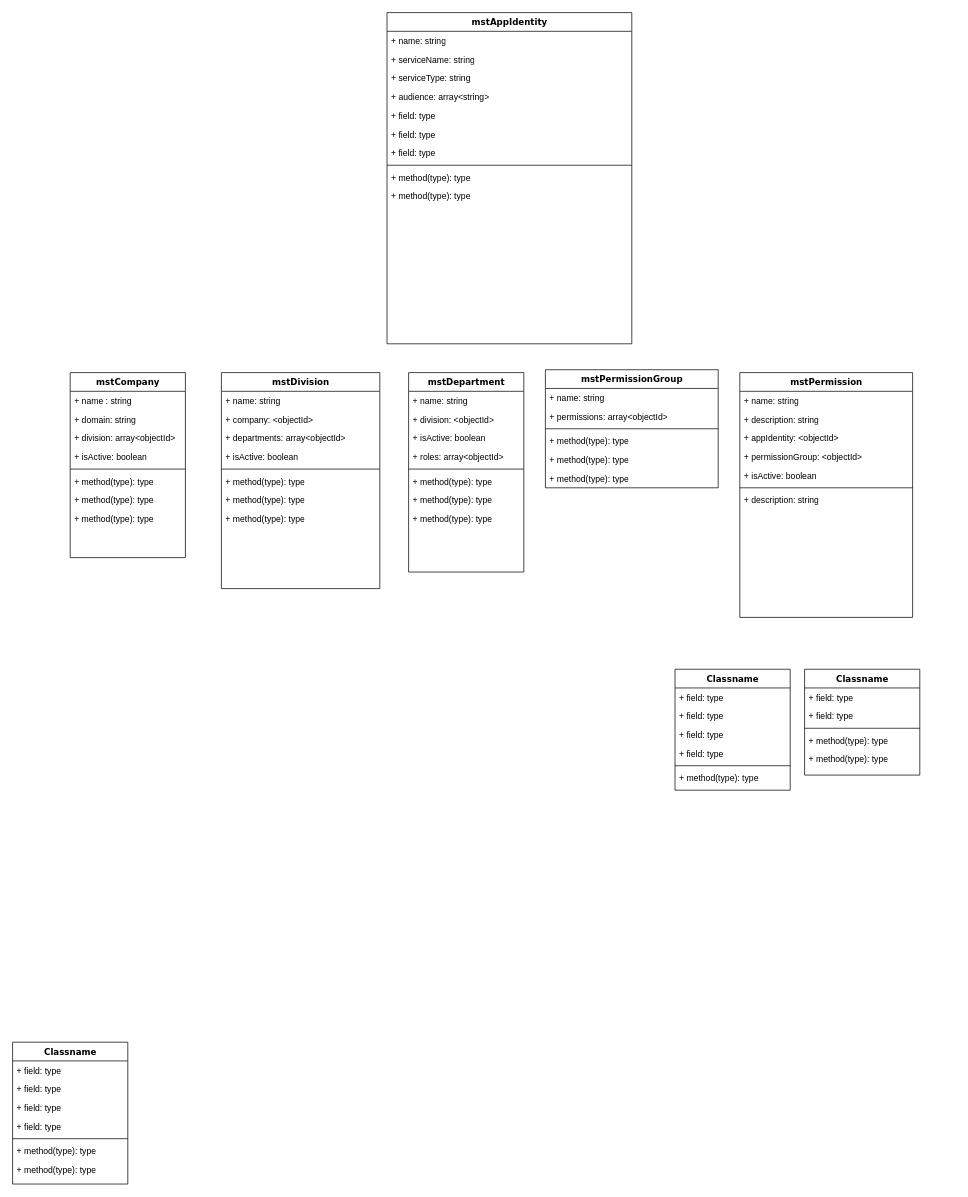
CodebarPhantom/aws-diagram keeps this draw.io diagram as star-sso-api.drawio. Above is the earlier version. Source tidied: cells renumbered, new cells numbered last; positions are measured from the earlier drawing's top-left corner, leaving out a move shared by most shapes. Both pictures are drawn from the tidied source at 72%, with x=0, y=0 at pixel (12, 12).
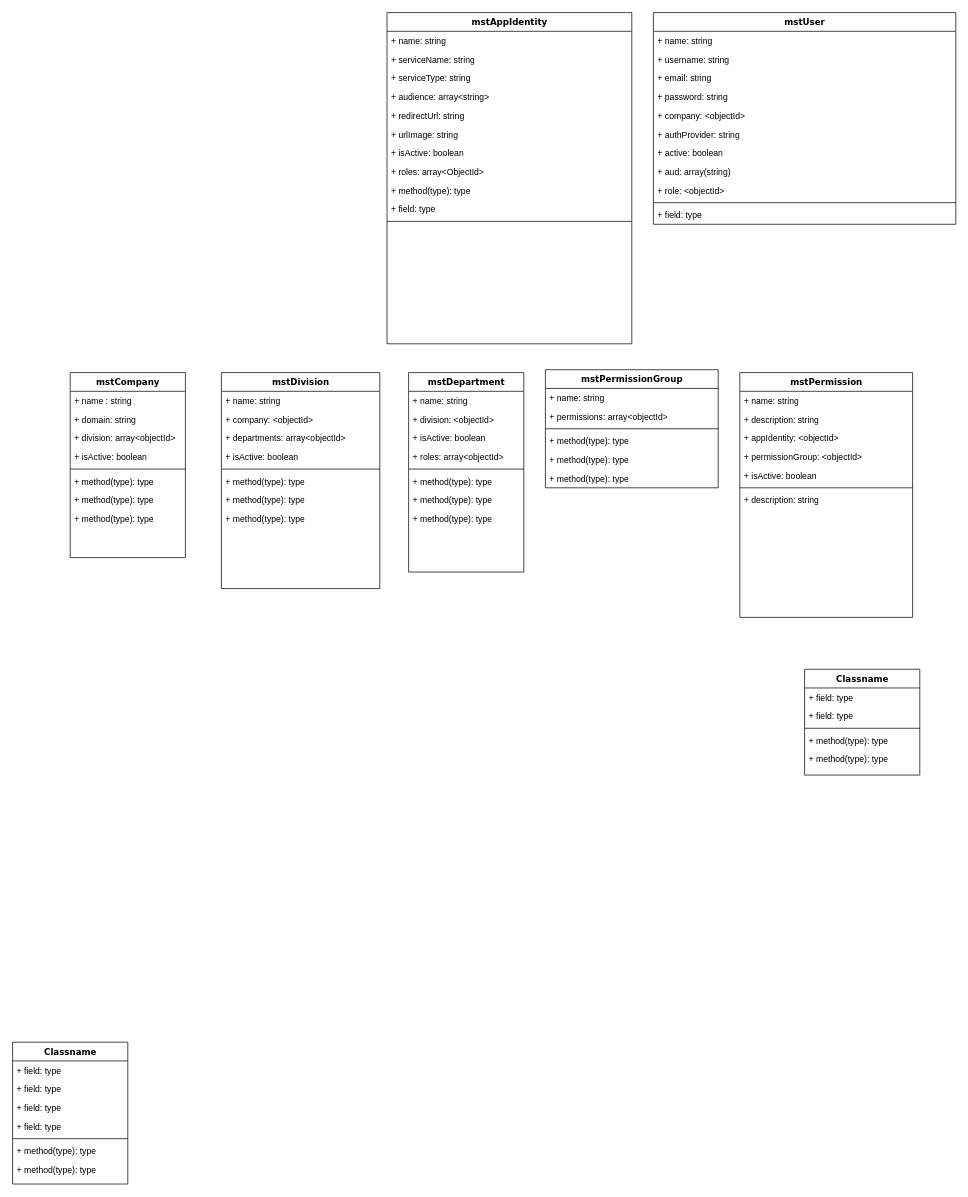
Above is the later version.

Unchanged cells that the change refers to:
```xml
<mxCell id="44" value="mstAppIdentity" style="swimlane;html=1;fontStyle=1;align=center;verticalAlign=top;horizontal=1;startSize=26;swimlaneFillColor=#ffffff;rounded=0;shadow=0;comic=0;labelBackgroundColor=none;strokeWidth=1;fillColor=none;fontFamily=Verdana;fontSize=12;" parent="1" vertex="1">
  <mxGeometry x="520" width="340" height="460" as="geometry" />
</mxCell>
```

What changed in the source:
```diff
@@
-    <mxCell id="49" value="+ field: type" style="text;html=1;strokeColor=none;fillColor=none;align=left;verticalAlign=top;spacingLeft=4;spacingRight=4;whiteSpace=wrap;overflow=hidden;" parent="44" vertex="1">
+    <mxCell id="49" value="+ redirectUrl: string" style="text;html=1;strokeColor=none;fillColor=none;align=left;verticalAlign=top;spacingLeft=4;spacingRight=4;whiteSpace=wrap;overflow=hidden;" parent="44" vertex="1">
       <mxGeometry y="130" width="340" height="26" as="geometry" />
     </mxCell>
-    <mxCell id="50" value="+ field: type" style="text;html=1;strokeColor=none;fillColor=none;align=left;verticalAlign=top;spacingLeft=4;spacingRight=4;whiteSpace=wrap;overflow=hidden;" parent="44" vertex="1">
+    <mxCell id="50" value="+ urlImage: string" style="text;html=1;strokeColor=none;fillColor=none;align=left;verticalAlign=top;spacingLeft=4;spacingRight=4;whiteSpace=wrap;overflow=hidden;" parent="44" vertex="1">
       <mxGeometry y="156" width="340" height="26" as="geometry" />
     </mxCell>
-    <mxCell id="51" value="+ field: type" style="text;html=1;strokeColor=none;fillColor=none;align=left;verticalAlign=top;spacingLeft=4;spacingRight=4;whiteSpace=wrap;overflow=hidden;" parent="44" vertex="1">
+    <mxCell id="51" value="+ isActive: boolean" style="text;html=1;strokeColor=none;fillColor=none;align=left;verticalAlign=top;spacingLeft=4;spacingRight=4;whiteSpace=wrap;overflow=hidden;" parent="44" vertex="1">
       <mxGeometry y="182" width="340" height="26" as="geometry" />
     </mxCell>
-    <mxCell id="52" style="line;html=1;strokeWidth=1;fillColor=none;align=left;verticalAlign=middle;spacingTop=-1;spacingLeft=3;spacingRight=3;labelPosition=right;" parent="44" vertex="1">
-      <mxGeometry y="208" width="340" height="8" as="geometry" />
-    </mxCell>
-    <mxCell id="53" value="+ method(type): type" style="text;html=1;strokeColor=none;fillColor=none;align=left;verticalAlign=top;spacingLeft=4;spacingRight=4;whiteSpace=wrap;overflow=hidden;" parent="44" vertex="1">
-      <mxGeometry y="216" width="340" height="26" as="geometry" />
+    <mxCell id="53" value="+ roles: array&amp;lt;ObjectId&amp;gt;" style="text;html=1;strokeColor=none;fillColor=none;align=left;verticalAlign=top;spacingLeft=4;spacingRight=4;whiteSpace=wrap;overflow=hidden;" parent="44" vertex="1">
+      <mxGeometry y="208" width="340" height="26" as="geometry" />
     </mxCell>
     <mxCell id="54" value="+ method(type): type" style="text;html=1;strokeColor=none;fillColor=none;align=left;verticalAlign=top;spacingLeft=4;spacingRight=4;whiteSpace=wrap;overflow=hidden;" parent="44" vertex="1">
-      <mxGeometry y="242" width="340" height="26" as="geometry" />
+      <mxGeometry y="234" width="340" height="26" as="geometry" />
     </mxCell>
+    <mxCell id="76" value="+ field: type" style="text;html=1;strokeColor=none;fillColor=none;align=left;verticalAlign=top;spacingLeft=4;spacingRight=4;whiteSpace=wrap;overflow=hidden;" parent="44" vertex="1">
+      <mxGeometry y="260" width="340" height="26" as="geometry" />
+    </mxCell>
+    <mxCell id="52" style="line;html=1;strokeWidth=1;fillColor=none;align=left;verticalAlign=middle;spacingTop=-1;spacingLeft=3;spacingRight=3;labelPosition=right;" parent="44" vertex="1">
+      <mxGeometry y="286" width="340" height="8" as="geometry" />
+    </mxCell>
-    <mxCell id="55" value="Classname" style="swimlane;html=1;fontStyle=1;align=center;verticalAlign=top;horizontal=1;startSize=26;swimlaneFillColor=#ffffff;rounded=0;shadow=0;comic=0;labelBackgroundColor=none;strokeWidth=1;fillColor=none;fontFamily=Verdana;fontSize=12;" parent="1" vertex="1">
-      <mxGeometry x="920" y="912" width="160" height="168" as="geometry" />
+    <mxCell id="55" value="mstUser" style="swimlane;html=1;fontStyle=1;align=center;verticalAlign=top;horizontal=1;startSize=26;swimlaneFillColor=#ffffff;rounded=0;shadow=0;comic=0;labelBackgroundColor=none;strokeWidth=1;fillColor=none;fontFamily=Verdana;fontSize=12;" parent="1" vertex="1">
+      <mxGeometry x="890" width="420" height="294" as="geometry" />
     </mxCell>
-    <mxCell id="56" value="+ field: type" style="text;html=1;strokeColor=none;fillColor=none;align=left;verticalAlign=top;spacingLeft=4;spacingRight=4;whiteSpace=wrap;overflow=hidden;" parent="55" vertex="1">
-      <mxGeometry y="26" width="160" height="26" as="geometry" />
+    <mxCell id="56" value="+ name: string" style="text;html=1;strokeColor=none;fillColor=none;align=left;verticalAlign=top;spacingLeft=4;spacingRight=4;whiteSpace=wrap;overflow=hidden;" parent="55" vertex="1">
+      <mxGeometry y="26" width="420" height="26" as="geometry" />
     </mxCell>
-    <mxCell id="57" value="+ field: type" style="text;html=1;strokeColor=none;fillColor=none;align=left;verticalAlign=top;spacingLeft=4;spacingRight=4;whiteSpace=wrap;overflow=hidden;" parent="55" vertex="1">
-      <mxGeometry y="52" width="160" height="26" as="geometry" />
+    <mxCell id="57" value="+ username: string" style="text;html=1;strokeColor=none;fillColor=none;align=left;verticalAlign=top;spacingLeft=4;spacingRight=4;whiteSpace=wrap;overflow=hidden;" parent="55" vertex="1">
+      <mxGeometry y="52" width="420" height="26" as="geometry" />
     </mxCell>
-    <mxCell id="58" value="+ field: type" style="text;html=1;strokeColor=none;fillColor=none;align=left;verticalAlign=top;spacingLeft=4;spacingRight=4;whiteSpace=wrap;overflow=hidden;" parent="55" vertex="1">
-      <mxGeometry y="78" width="160" height="26" as="geometry" />
+    <mxCell id="58" value="+ email: string" style="text;html=1;strokeColor=none;fillColor=none;align=left;verticalAlign=top;spacingLeft=4;spacingRight=4;whiteSpace=wrap;overflow=hidden;" parent="55" vertex="1">
+      <mxGeometry y="78" width="420" height="26" as="geometry" />
     </mxCell>
-    <mxCell id="59" value="+ field: type" style="text;html=1;strokeColor=none;fillColor=none;align=left;verticalAlign=top;spacingLeft=4;spacingRight=4;whiteSpace=wrap;overflow=hidden;" parent="55" vertex="1">
-      <mxGeometry y="104" width="160" height="26" as="geometry" />
+    <mxCell id="59" value="+ password: string" style="text;html=1;strokeColor=none;fillColor=none;align=left;verticalAlign=top;spacingLeft=4;spacingRight=4;whiteSpace=wrap;overflow=hidden;" parent="55" vertex="1">
+      <mxGeometry y="104" width="420" height="26" as="geometry" />
     </mxCell>
+    <mxCell id="77" value="+ company: &amp;lt;objectId&amp;gt;" style="text;html=1;strokeColor=none;fillColor=none;align=left;verticalAlign=top;spacingLeft=4;spacingRight=4;whiteSpace=wrap;overflow=hidden;" parent="55" vertex="1">
+      <mxGeometry y="130" width="420" height="26" as="geometry" />
+    </mxCell>
+    <mxCell id="78" value="+ authProvider: string" style="text;html=1;strokeColor=none;fillColor=none;align=left;verticalAlign=top;spacingLeft=4;spacingRight=4;whiteSpace=wrap;overflow=hidden;" parent="55" vertex="1">
+      <mxGeometry y="156" width="420" height="26" as="geometry" />
+    </mxCell>
+    <mxCell id="61" value="+ active: boolean" style="text;html=1;strokeColor=none;fillColor=none;align=left;verticalAlign=top;spacingLeft=4;spacingRight=4;whiteSpace=wrap;overflow=hidden;" parent="55" vertex="1">
+      <mxGeometry y="182" width="420" height="26" as="geometry" />
+    </mxCell>
+    <mxCell id="79" value="+ aud: array(string)" style="text;html=1;strokeColor=none;fillColor=none;align=left;verticalAlign=top;spacingLeft=4;spacingRight=4;whiteSpace=wrap;overflow=hidden;" parent="55" vertex="1">
+      <mxGeometry y="208" width="420" height="26" as="geometry" />
+    </mxCell>
+    <mxCell id="80" value="+ role: &amp;lt;objectId&amp;gt;" style="text;html=1;strokeColor=none;fillColor=none;align=left;verticalAlign=top;spacingLeft=4;spacingRight=4;whiteSpace=wrap;overflow=hidden;" parent="55" vertex="1">
+      <mxGeometry y="234" width="420" height="26" as="geometry" />
+    </mxCell>
     <mxCell id="60" style="line;html=1;strokeWidth=1;fillColor=none;align=left;verticalAlign=middle;spacingTop=-1;spacingLeft=3;spacingRight=3;labelPosition=right;" parent="55" vertex="1">
-      <mxGeometry y="130" width="160" height="8" as="geometry" />
+      <mxGeometry y="260" width="420" height="8" as="geometry" />
     </mxCell>
-    <mxCell id="61" value="+ method(type): type" style="text;html=1;strokeColor=none;fillColor=none;align=left;verticalAlign=top;spacingLeft=4;spacingRight=4;whiteSpace=wrap;overflow=hidden;" parent="55" vertex="1">
-      <mxGeometry y="138" width="160" height="26" as="geometry" />
-    </mxCell>
+    <mxCell id="81" value="+ field: type" style="text;html=1;strokeColor=none;fillColor=none;align=left;verticalAlign=top;spacingLeft=4;spacingRight=4;whiteSpace=wrap;overflow=hidden;" parent="55" vertex="1">
+      <mxGeometry y="268" width="420" height="26" as="geometry" />
+    </mxCell>
```
